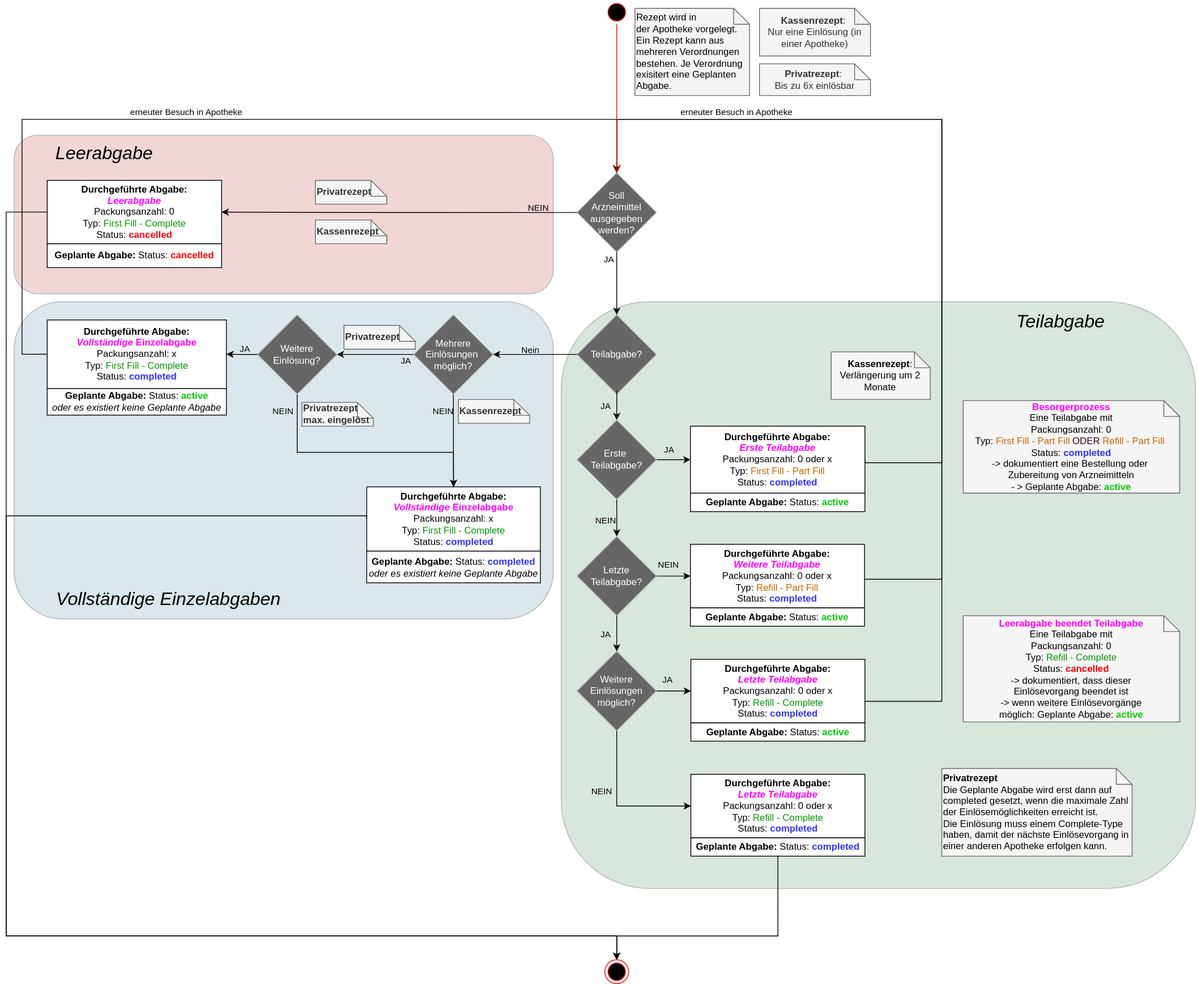
The draw.io diagram r4-ELGA-e-Medikation-main/diagram_durchgefuehrte_abgaben_abgabearten.drawio.svg in HL7Austria/hl7austria.github.io, before a commit. Source tidied: cells renumbered, new cells last; positions are measured from the earlier drawing's top-left corner, leaving out a move shared by most shapes.
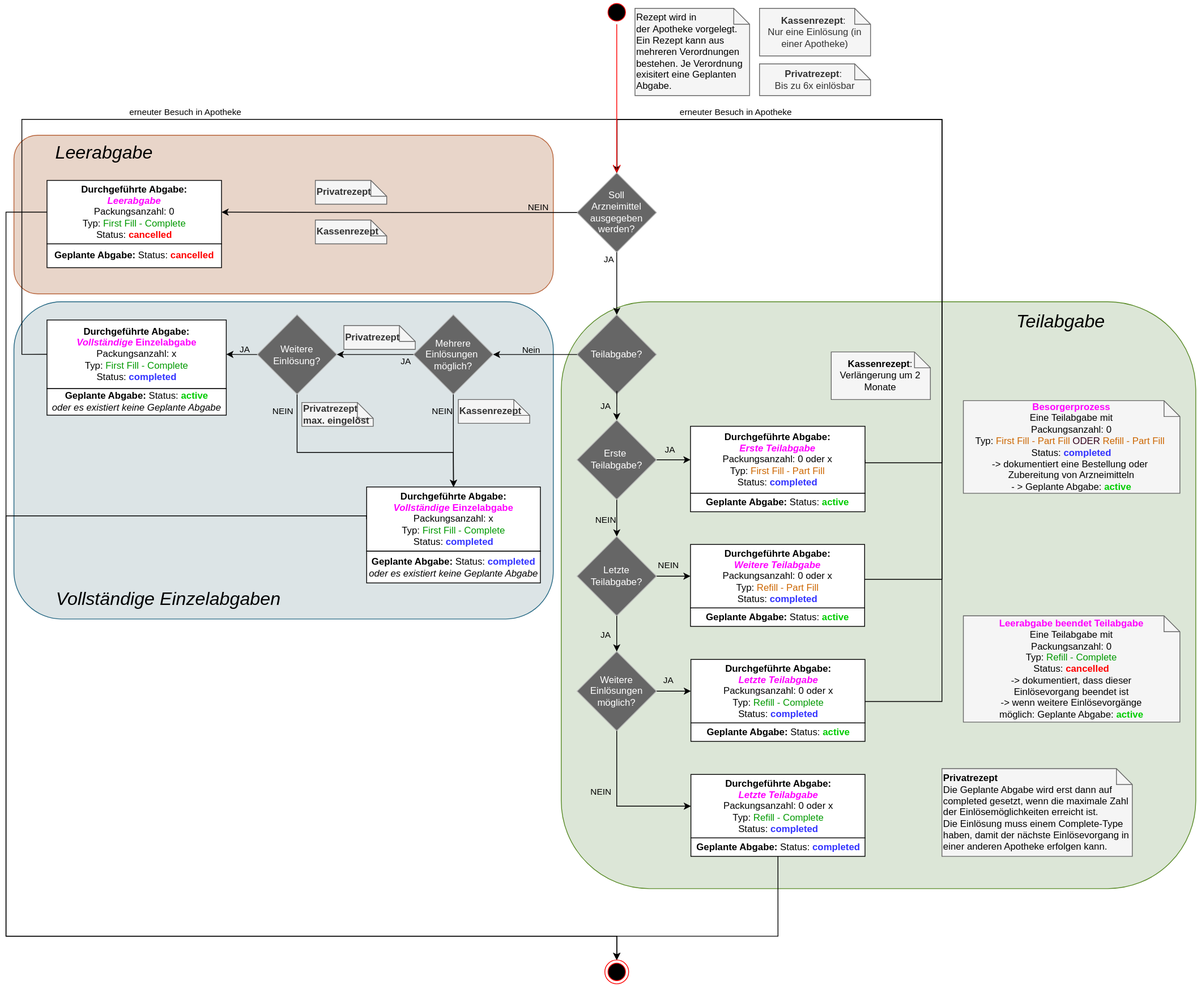
Later version of the same file.

Diff of the diagram source:
```diff
@@ -2,13 +2,13 @@
   <root>
     <mxCell id="0" />
     <mxCell id="1" parent="0" />
-    <mxCell id="2" style="rounded=1;whiteSpace=wrap;html=1;fillColor=#196B242A;strokeColor=#B3B3B3;" parent="1" vertex="1">
+    <mxCell id="2" style="rounded=1;whiteSpace=wrap;html=1;fillColor=#DCE6D7;strokeColor=#598B27;" parent="1" vertex="1">
       <mxGeometry x="700" y="380" width="800" height="740" as="geometry" />
     </mxCell>
-    <mxCell id="3" style="rounded=1;whiteSpace=wrap;html=1;fillColor=#15608227;strokeColor=#B3B3B3;" parent="1" vertex="1">
+    <mxCell id="3" style="rounded=1;whiteSpace=wrap;html=1;fillColor=#DCE4E6;strokeColor=#246783;" parent="1" vertex="1">
       <mxGeometry x="10" y="380" width="680" height="400" as="geometry" />
     </mxCell>
-    <mxCell id="4" style="rounded=1;whiteSpace=wrap;html=1;fillColor=#C0514D3B;strokeColor=#B3B3B3;" parent="1" vertex="1">
+    <mxCell id="4" style="rounded=1;whiteSpace=wrap;html=1;fillColor=#E8D5C9;strokeColor=#B8643B;" parent="1" vertex="1">
       <mxGeometry x="10" y="170" width="680" height="200" as="geometry" />
     </mxCell>
     <mxCell id="5" value="Teilabgabe?" style="strokeWidth=1;html=1;shape=mxgraph.flowchart.decision;whiteSpace=wrap;labelBackgroundColor=none;fillColor=#666666;strokeColor=#B3B3B3;fontColor=#FFFFFF;" parent="1" vertex="1">
```
